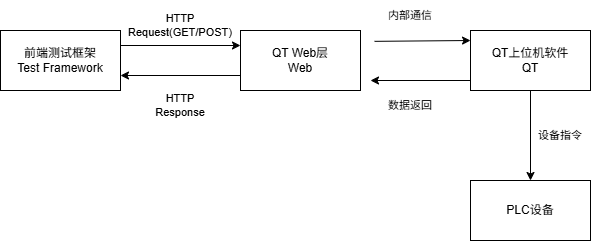
Taylor-Hu/python_code keeps this draw.io diagram as 前后端流程.drawio.png. Above is the earlier version. Source tidied: cells renumbered, new cells last; positions are measured from the earlier drawing's top-left corner, leaving out a move shared by most shapes.
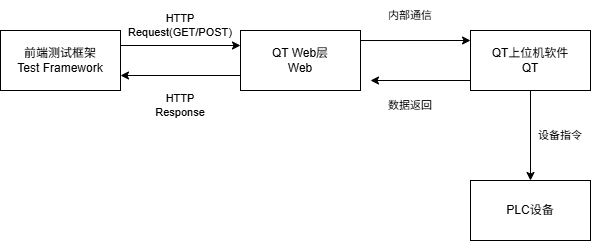
Above is the later version.

Commit message:
更新前后端流程.drawio.png

The edit, as a diff of the source:
```diff
@@ -29,9 +29,8 @@
         <mxPoint x="370" y="80" as="targetPoint" />
       </mxGeometry>
     </mxCell>
-    <mxCell id="10" style="endArrow=classic;html=1;rounded=0;strokeColor=default;align=center;verticalAlign=middle;fontFamily=Helvetica;fontSize=11;fontColor=default;labelBackgroundColor=default;exitX=1.01;exitY=0.147;exitDx=0;exitDy=0;exitPerimeter=0;entryX=-0.023;entryY=0.133;entryDx=0;entryDy=0;entryPerimeter=0;" parent="1" edge="1">
+    <mxCell id="10" style="endArrow=classic;html=1;rounded=0;strokeColor=default;align=center;verticalAlign=middle;fontFamily=Helvetica;fontSize=11;fontColor=default;labelBackgroundColor=default;exitX=1;exitY=0.167;exitDx=0;exitDy=0;entryX=-0.023;entryY=0.133;entryDx=0;entryDy=0;entryPerimeter=0;exitPerimeter=0;" parent="1" edge="1" source="5">
       <mxGeometry relative="1" as="geometry">
-        <mxPoint x="374" y="40.8" as="sourcePoint" />
         <mxPoint x="470" y="40" as="targetPoint" />
       </mxGeometry>
     </mxCell>
```
